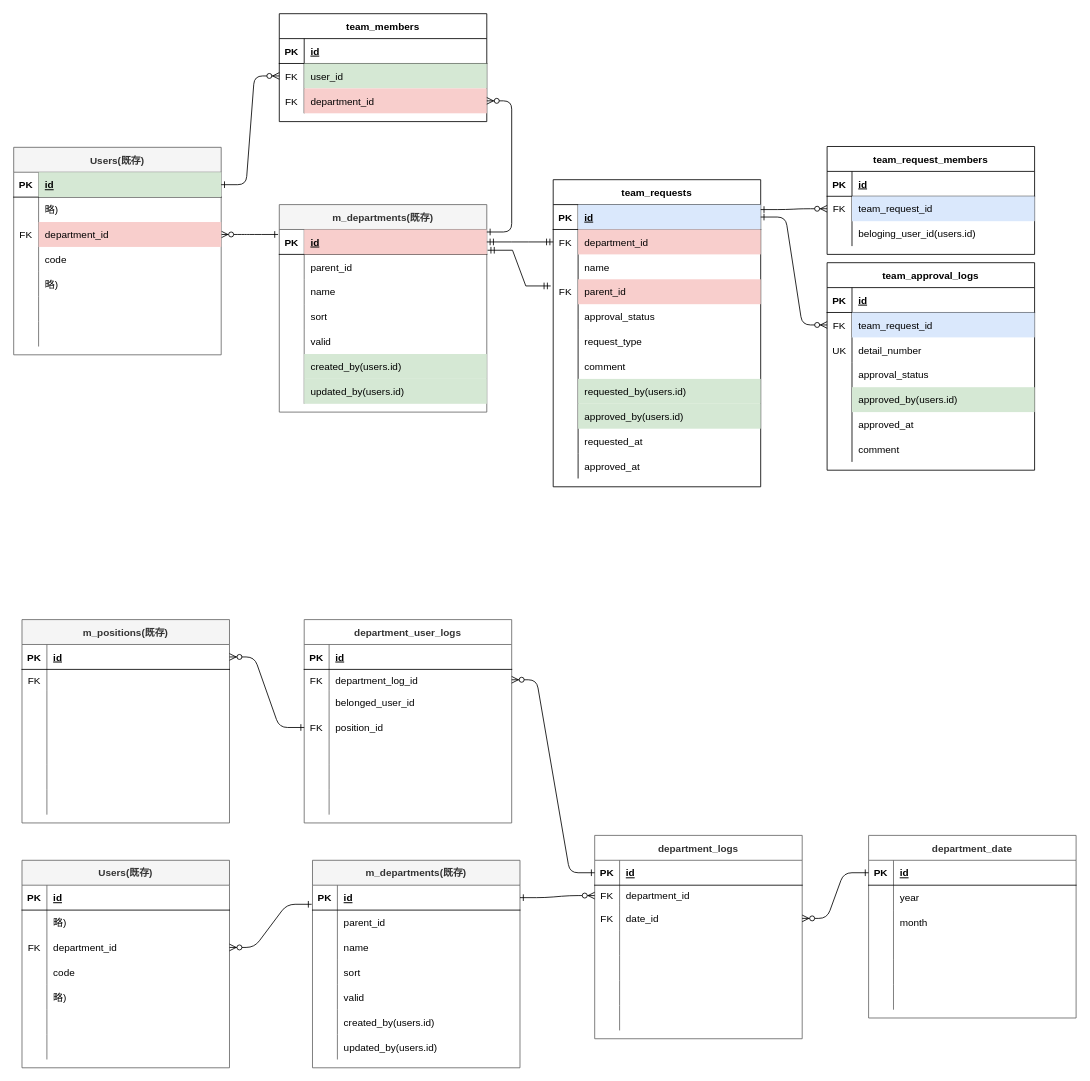
Before: rose.drawio in satohirok/twitter_clone_ER, a draw.io diagram. Source tidied: cells renumbered, new cells numbered last; positions are measured from the earlier drawing's top-left corner, leaving out a move shared by most shapes. Both pictures are drawn from the tidied source at 83%, with x=0, y=0 at pixel (13, -37).
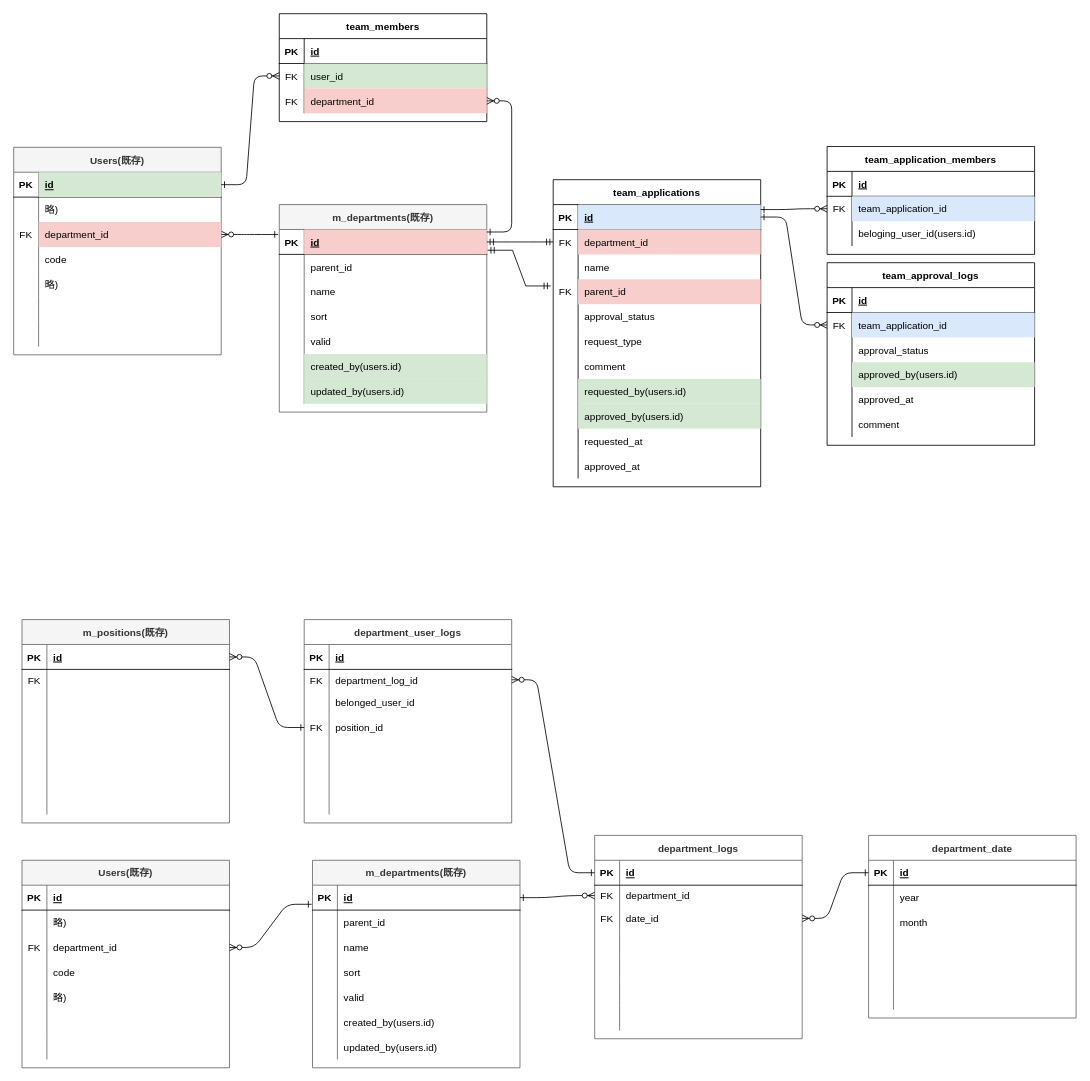
The same page after the edit.

Commit message:
rose.drawio を更新します

The change refers to these unchanged cells:
```xml
<mxCell id="95" style="shape=partialRectangle;fillColor=none;points=[[0,0.5],[1,0.5]];portConstraint=eastwest;top=0;left=0;right=0;bottom=0;" parent="91" vertex="1">
  <mxGeometry y="60" width="250" height="30" as="geometry" />
</mxCell>
<mxCell id="117" style="shape=partialRectangle;fillColor=none;points=[[0,0.5],[1,0.5]];portConstraint=eastwest;top=0;left=0;right=0;bottom=0;" parent="113" vertex="1">
  <mxGeometry y="60" width="250" height="30" as="geometry" />
</mxCell>
```

Diff of the diagram source:
```diff
@@
-    <mxCell id="47" value="team_requests" style="shape=table;startSize=30;childLayout=tableLayout;rowLines=0;fontStyle=1;align=center;" parent="1" vertex="1">
+    <mxCell id="47" value="team_applications" style="shape=table;startSize=30;childLayout=tableLayout;rowLines=0;fontStyle=1;align=center;" parent="1" vertex="1">
       <mxGeometry x="650" y="260" width="250" height="370" as="geometry" />
     </mxCell>
@@
     <mxCell id="91" value="team_approval_logs" style="shape=table;startSize=30;childLayout=tableLayout;rowLines=0;fontStyle=1;align=center;" parent="1" vertex="1">
-      <mxGeometry x="980" y="360" width="250" height="250" as="geometry" />
+      <mxGeometry x="980" y="360" width="250" height="220" as="geometry" />
     </mxCell>
@@
-    <mxCell id="97" value="team_request_id" style="shape=partialRectangle;overflow=hidden;fillColor=#dae8fc;top=0;left=0;bottom=0;right=0;align=left;spacingLeft=6;strokeColor=#6c8ebf;" parent="95" vertex="1">
+    <mxCell id="97" value="team_application_id" style="shape=partialRectangle;overflow=hidden;fillColor=#dae8fc;top=0;left=0;bottom=0;right=0;align=left;spacingLeft=6;strokeColor=#6c8ebf;" parent="95" vertex="1">
       <mxGeometry x="30" width="220" height="30" as="geometry" />
     </mxCell>
-    <mxCell id="98" style="shape=partialRectangle;fillColor=none;top=0;left=0;right=0;bottom=0;" parent="91" vertex="1">
-      <mxGeometry y="90" width="250" height="30" as="geometry" />
-    </mxCell>
-    <mxCell id="99" value="UK" style="shape=partialRectangle;overflow=hidden;fillColor=none;top=0;left=0;bottom=0;right=0;" parent="98" vertex="1">
-      <mxGeometry width="30" height="30" as="geometry" />
-    </mxCell>
-    <mxCell id="100" value="detail_number" style="shape=partialRectangle;overflow=hidden;fillColor=none;top=0;left=0;bottom=0;right=0;align=left;spacingLeft=6;" parent="98" vertex="1">
-      <mxGeometry x="30" width="220" height="30" as="geometry" />
-    </mxCell>
     <mxCell id="101" style="shape=partialRectangle;fillColor=none;top=0;left=0;right=0;bottom=0;" parent="91" vertex="1">
-      <mxGeometry y="120" width="250" height="30" as="geometry" />
+      <mxGeometry y="90" width="250" height="30" as="geometry" />
     </mxCell>
@@
     <mxCell id="104" style="shape=partialRectangle;fillColor=none;top=0;left=0;right=0;bottom=0;" parent="91" vertex="1">
-      <mxGeometry y="150" width="250" height="30" as="geometry" />
+      <mxGeometry y="120" width="250" height="30" as="geometry" />
     </mxCell>
@@
     <mxCell id="107" style="shape=partialRectangle;fillColor=none;top=0;left=0;right=0;bottom=0;" parent="91" vertex="1">
-      <mxGeometry y="180" width="250" height="30" as="geometry" />
+      <mxGeometry y="150" width="250" height="30" as="geometry" />
     </mxCell>
@@
     <mxCell id="110" style="shape=partialRectangle;fillColor=none;top=0;left=0;right=0;bottom=0;" parent="91" vertex="1">
-      <mxGeometry y="210" width="250" height="30" as="geometry" />
+      <mxGeometry y="180" width="250" height="30" as="geometry" />
     </mxCell>
@@
-    <mxCell id="113" value="team_request_members" style="shape=table;startSize=30;childLayout=tableLayout;rowLines=0;fontStyle=1;align=center;" parent="1" vertex="1">
+    <mxCell id="113" value="team_application_members" style="shape=table;startSize=30;childLayout=tableLayout;rowLines=0;fontStyle=1;align=center;" parent="1" vertex="1">
       <mxGeometry x="980" y="220" width="250" height="130" as="geometry" />
     </mxCell>
@@
-    <mxCell id="119" value="team_request_id" style="shape=partialRectangle;overflow=hidden;fillColor=#dae8fc;top=0;left=0;bottom=0;right=0;align=left;spacingLeft=6;strokeColor=#6c8ebf;" parent="117" vertex="1">
+    <mxCell id="119" value="team_application_id" style="shape=partialRectangle;overflow=hidden;fillColor=#dae8fc;top=0;left=0;bottom=0;right=0;align=left;spacingLeft=6;strokeColor=#6c8ebf;" parent="117" vertex="1">
       <mxGeometry x="30" width="220" height="30" as="geometry" />
     </mxCell>
```
